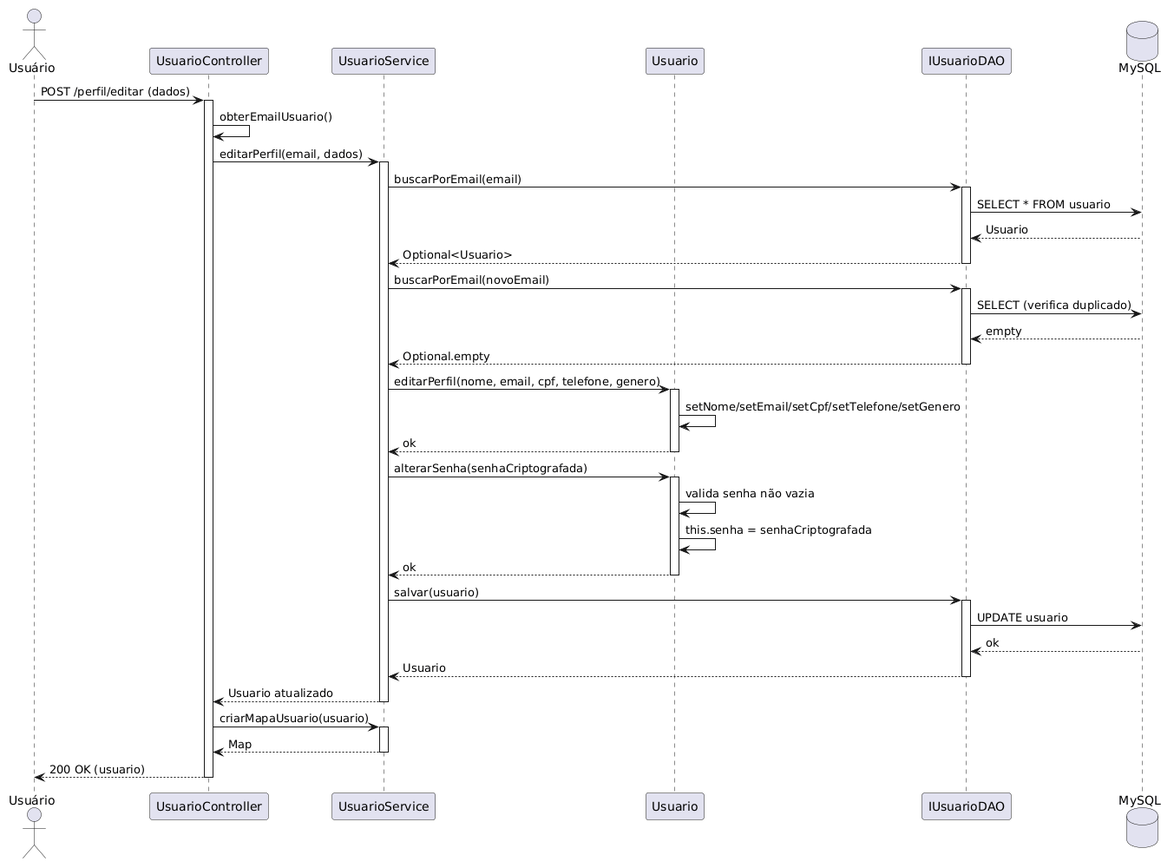
MatheusAbib/Jornal-de-Receitas keeps this PlantUML diagram as Diagramas/Diagramas de Sequência/Usuario/Diagrama de Sequencia - Editar Perfil.png. Above is the earlier version. The source it was exported from:
```plantuml
@startuml
actor "Usuário" as user
participant "UsuarioController" as controller
participant "UsuarioService" as service
participant "Usuario" as usuario
participant "IUsuarioDAO" as dao
database "MySQL" as db

user -> controller : POST /perfil/editar (dados)
activate controller

controller -> controller : obterEmailUsuario()
controller -> service : editarPerfil(email, dados)
activate service

service -> dao : buscarPorEmail(email)
activate dao
dao -> db : SELECT * FROM usuario
db --> dao : Usuario
dao --> service : Optional<Usuario>
deactivate dao

service -> dao : buscarPorEmail(novoEmail)
activate dao
dao -> db : SELECT (verifica duplicado)
db --> dao : empty
dao --> service : Optional.empty
deactivate dao

service -> usuario : editarPerfil(nome, email, cpf, telefone, genero)
activate usuario
usuario -> usuario : setNome/setEmail/setCpf/setTelefone/setGenero
usuario --> service : ok
deactivate usuario

service -> usuario : alterarSenha(senhaCriptografada)
activate usuario
usuario -> usuario : valida senha não vazia
usuario -> usuario : this.senha = senhaCriptografada
usuario --> service : ok
deactivate usuario

service -> dao : salvar(usuario)
activate dao
dao -> db : UPDATE usuario
db --> dao : ok
dao --> service : Usuario
deactivate dao

service --> controller : Usuario atualizado
deactivate service

controller -> service : criarMapaUsuario(usuario)
activate service
service --> controller : Map
deactivate service

controller --> user : 200 OK (usuario)
deactivate controller
@enduml
```
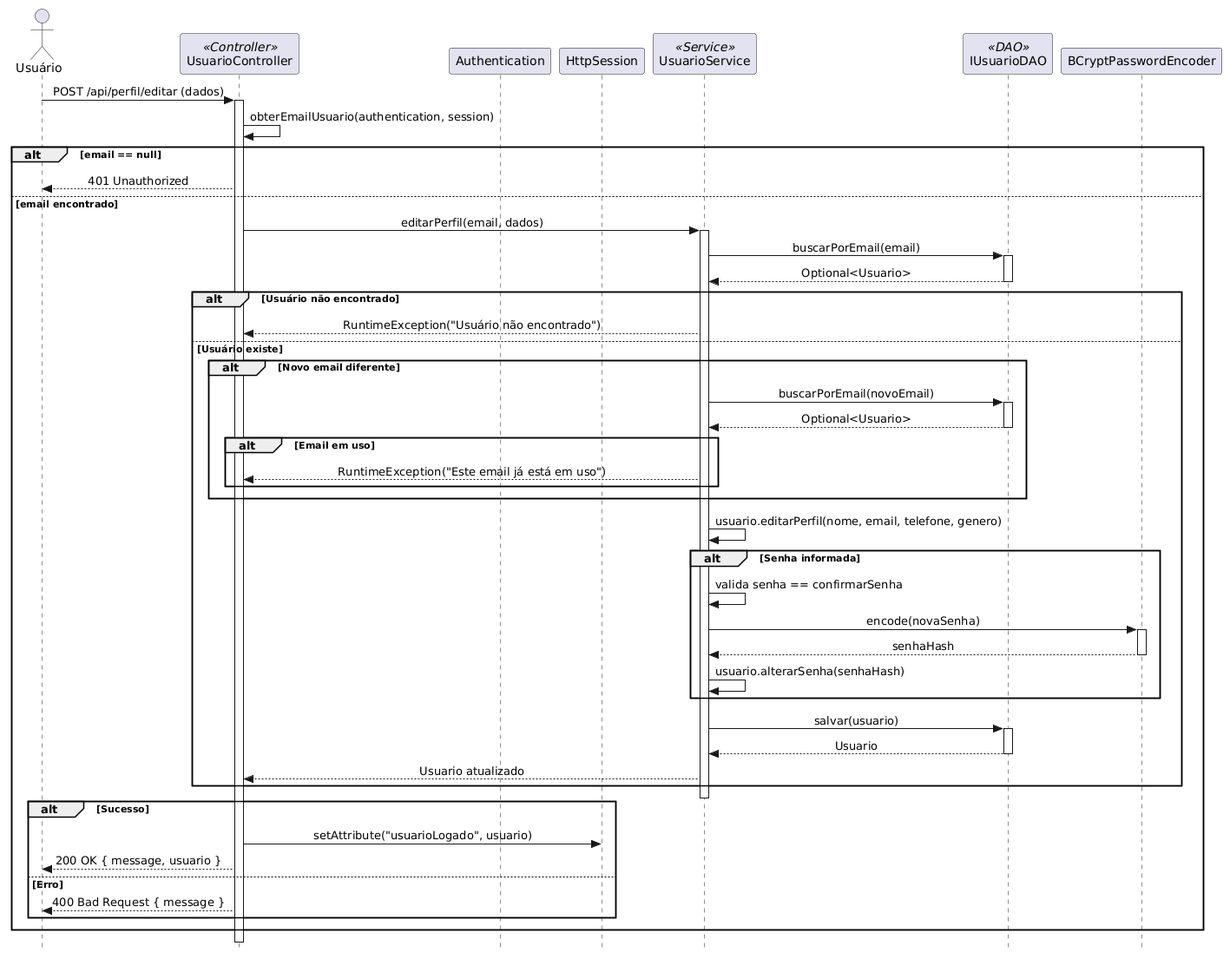
The same diagram one commit later.

Diff of the diagram source:
```diff
@@ -1,60 +1,62 @@
 @startuml
+skinparam style strictuml
+skinparam sequenceMessageAlign center
+skinparam shadowing false
+
 actor "Usuário" as user
-participant "UsuarioController" as controller
-participant "UsuarioService" as service
-participant "Usuario" as usuario
-participant "IUsuarioDAO" as dao
-database "MySQL" as db
+participant "UsuarioController" as ctrl <<Controller>>
+participant "Authentication" as authn
+participant "HttpSession" as session
+participant "UsuarioService" as svc <<Service>>
+participant "IUsuarioDAO" as dao <<DAO>>
+participant "BCryptPasswordEncoder" as encoder
 
-user -> controller : POST /perfil/editar (dados)
-activate controller
-
-controller -> controller : obterEmailUsuario()
-controller -> service : editarPerfil(email, dados)
-activate service
-
-service -> dao : buscarPorEmail(email)
-activate dao
-dao -> db : SELECT * FROM usuario
-db --> dao : Usuario
-dao --> service : Optional<Usuario>
-deactivate dao
-
-service -> dao : buscarPorEmail(novoEmail)
-activate dao
-dao -> db : SELECT (verifica duplicado)
-db --> dao : empty
-dao --> service : Optional.empty
-deactivate dao
-
-service -> usuario : editarPerfil(nome, email, cpf, telefone, genero)
-activate usuario
-usuario -> usuario : setNome/setEmail/setCpf/setTelefone/setGenero
-usuario --> service : ok
-deactivate usuario
-
-service -> usuario : alterarSenha(senhaCriptografada)
-activate usuario
-usuario -> usuario : valida senha não vazia
-usuario -> usuario : this.senha = senhaCriptografada
-usuario --> service : ok
-deactivate usuario
-
-service -> dao : salvar(usuario)
-activate dao
-dao -> db : UPDATE usuario
-db --> dao : ok
-dao --> service : Usuario
-deactivate dao
-
-service --> controller : Usuario atualizado
-deactivate service
-
-controller -> service : criarMapaUsuario(usuario)
-activate service
-service --> controller : Map
-deactivate service
-
-controller --> user : 200 OK (usuario)
-deactivate controller
+user -> ctrl: POST /api/perfil/editar (dados)
+activate ctrl
+ctrl -> ctrl: obterEmailUsuario(authentication, session)
+alt email == null
+    ctrl --> user: 401 Unauthorized
+else email encontrado
+    ctrl -> svc: editarPerfil(email, dados)
+    activate svc
+    svc -> dao: buscarPorEmail(email)
+    activate dao
+    dao --> svc: Optional<Usuario>
+    deactivate dao
+    alt Usuário não encontrado
+        svc --> ctrl: RuntimeException("Usuário não encontrado")
+    else Usuário existe
+        alt Novo email diferente
+            svc -> dao: buscarPorEmail(novoEmail)
+            activate dao
+            dao --> svc: Optional<Usuario>
+            deactivate dao
+            alt Email em uso
+                svc --> ctrl: RuntimeException("Este email já está em uso")
+            end
+        end
+        svc -> svc: usuario.editarPerfil(nome, email, telefone, genero)
+        alt Senha informada
+            svc -> svc: valida senha == confirmarSenha
+            svc -> encoder: encode(novaSenha)
+            activate encoder
+            encoder --> svc: senhaHash
+            deactivate encoder
+            svc -> svc: usuario.alterarSenha(senhaHash)
+        end
+        svc -> dao: salvar(usuario)
+        activate dao
+        dao --> svc: Usuario
+        deactivate dao
+        svc --> ctrl: Usuario atualizado
+    end
+    deactivate svc
+    alt Sucesso
+        ctrl -> session: setAttribute("usuarioLogado", usuario)
+        ctrl --> user: 200 OK { message, usuario }
+    else Erro
+        ctrl --> user: 400 Bad Request { message }
+    end
+end
+deactivate ctrl
 @enduml
```
